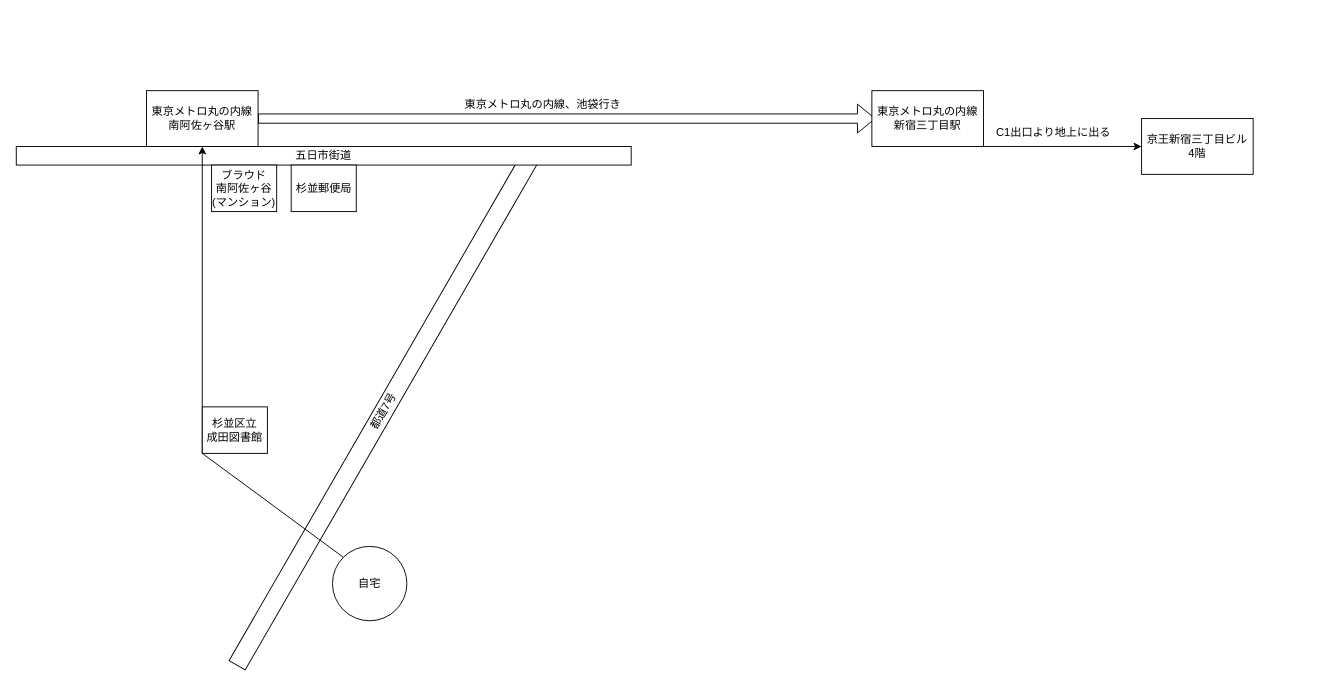
This is lesson2/演習2-1.drawio from hirutashougo/UML_introduction, a draw.io file, before an edit. Source tidied: cells renumbered, new cells numbered last; positions are measured from the earlier drawing's top-left corner, leaving out a move shared by most shapes. Both pictures are drawn from the tidied source at 93%, with x=0, y=0 at pixel (16, 90).
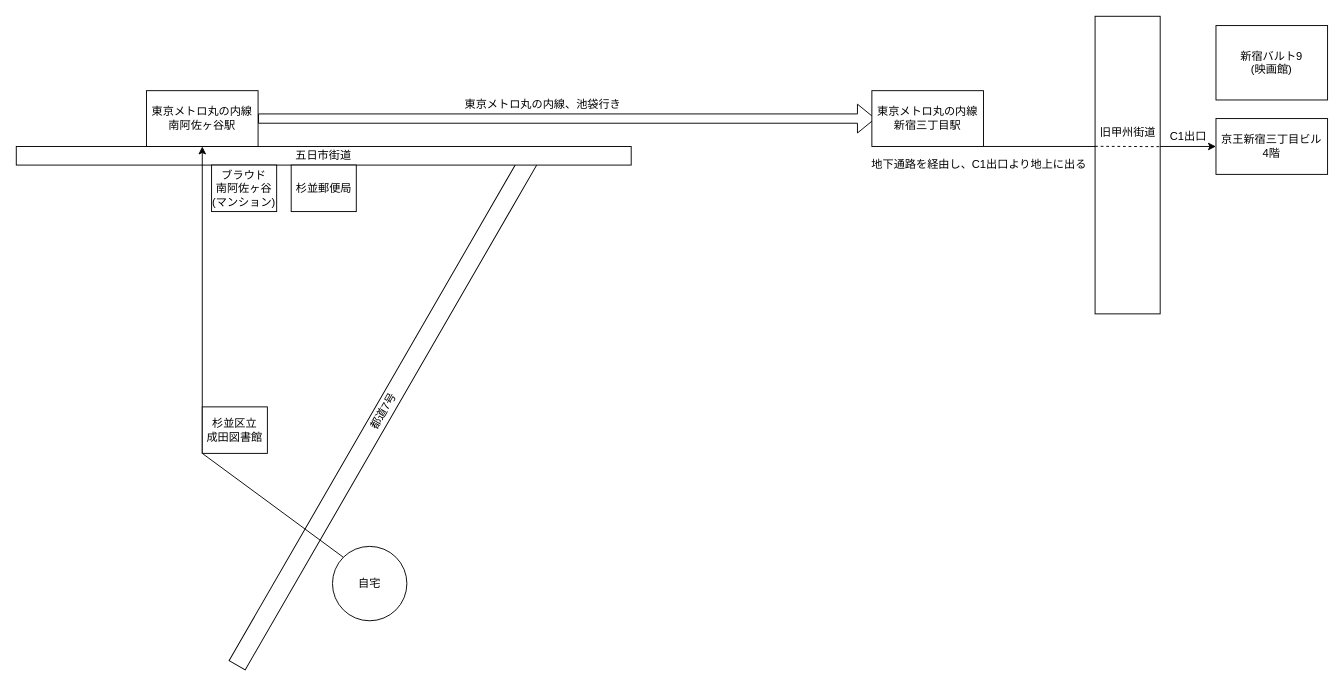
The same page after the edit.

Change to the diagram source:
```diff
@@
     <mxCell id="10" value="京王新宿三丁目ビル&lt;br&gt;4階" style="rounded=0;whiteSpace=wrap;html=1;" parent="1" vertex="1">
-      <mxGeometry x="1210" y="30" width="120" height="60" as="geometry" />
+      <mxGeometry x="1290" y="30" width="120" height="60" as="geometry" />
     </mxCell>
@@
-    <mxCell id="12" value="C1出口より地上に出る" style="text;html=1;align=center;verticalAlign=middle;strokeColor=none;fillColor=none;" parent="1" vertex="1">
-      <mxGeometry x="1040" y="30" width="150" height="30" as="geometry" />
+    <mxCell id="12" value="地下通路を経由し、C1出口より地上に出る" style="text;html=1;align=center;verticalAlign=middle;strokeColor=none;fillColor=none;" parent="1" vertex="1">
+      <mxGeometry x="910" y="65" width="250" height="30" as="geometry" />
     </mxCell>
@@
+    <mxCell id="16" style="rounded=0;whiteSpace=wrap;html=1;" parent="1" vertex="1">
+      <mxGeometry x="1160" y="-80" width="70" height="320" as="geometry" />
+    </mxCell>
+    <mxCell id="17" style="endArrow=none;dashed=1;html=1;rounded=0;exitX=0;exitY=0.437;exitDx=0;exitDy=0;exitPerimeter=0;entryX=1;entryY=0.438;entryDx=0;entryDy=0;entryPerimeter=0;" parent="1" edge="1" source="16" target="16">
+      <mxGeometry relative="1" as="geometry" />
+    </mxCell>
+    <mxCell id="18" value="旧甲州街道" style="text;html=1;align=center;verticalAlign=middle;strokeColor=none;fillColor=none;" parent="1" vertex="1">
+      <mxGeometry x="1155" y="30" width="80" height="30" as="geometry" />
+    </mxCell>
+    <mxCell id="19" value="新宿バルト9&lt;br&gt;(映画館)" style="rounded=0;whiteSpace=wrap;html=1;" parent="1" vertex="1">
+      <mxGeometry x="1290" y="-70" width="120" height="80" as="geometry" />
+    </mxCell>
+    <mxCell id="20" value="C1出口" style="text;html=1;align=center;verticalAlign=middle;strokeColor=none;fillColor=none;" parent="1" vertex="1">
+      <mxGeometry x="1230" y="35" width="60" height="30" as="geometry" />
+    </mxCell>
```
